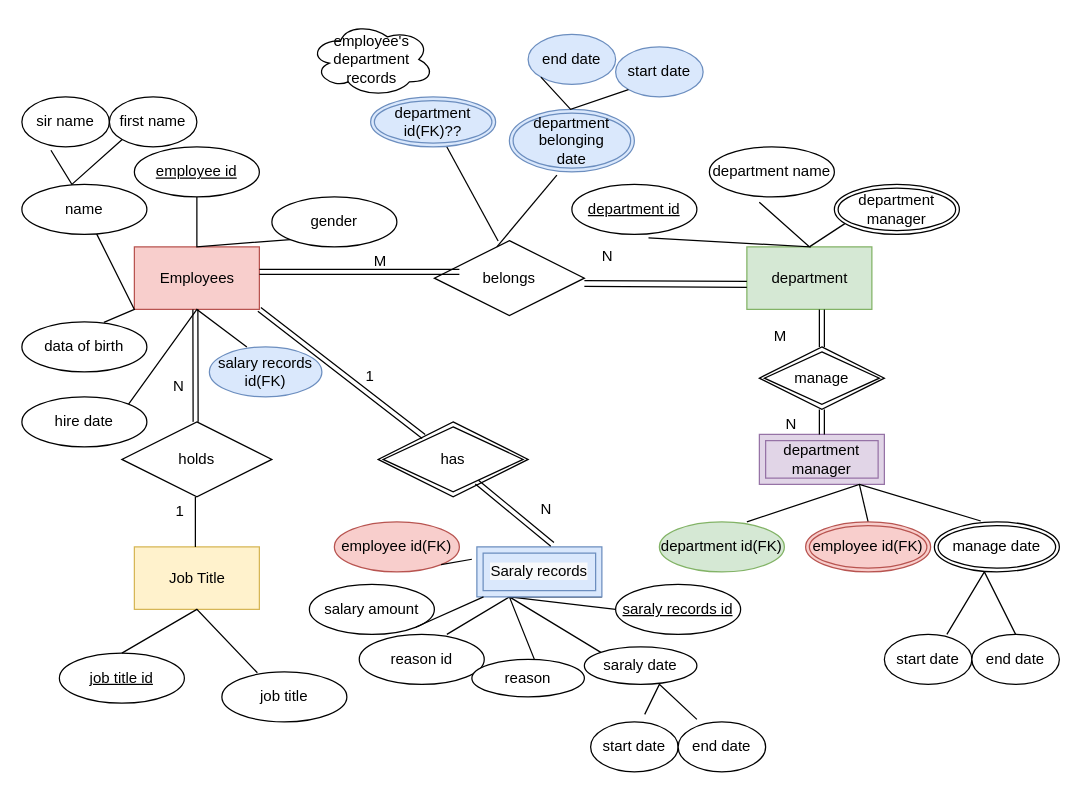
eminishimoto/db_ca1 keeps this draw.io diagram as page "Page-2 additional info" (3 of 7) of Untitled Diagram.drawio. Above is the earlier version. Source tidied: cells renumbered, new cells numbered last; positions are measured from the earlier drawing's top-left corner, leaving out a move shared by most shapes. Both pictures are drawn from the tidied source at 125%, with x=0, y=0 at pixel (21, 21).
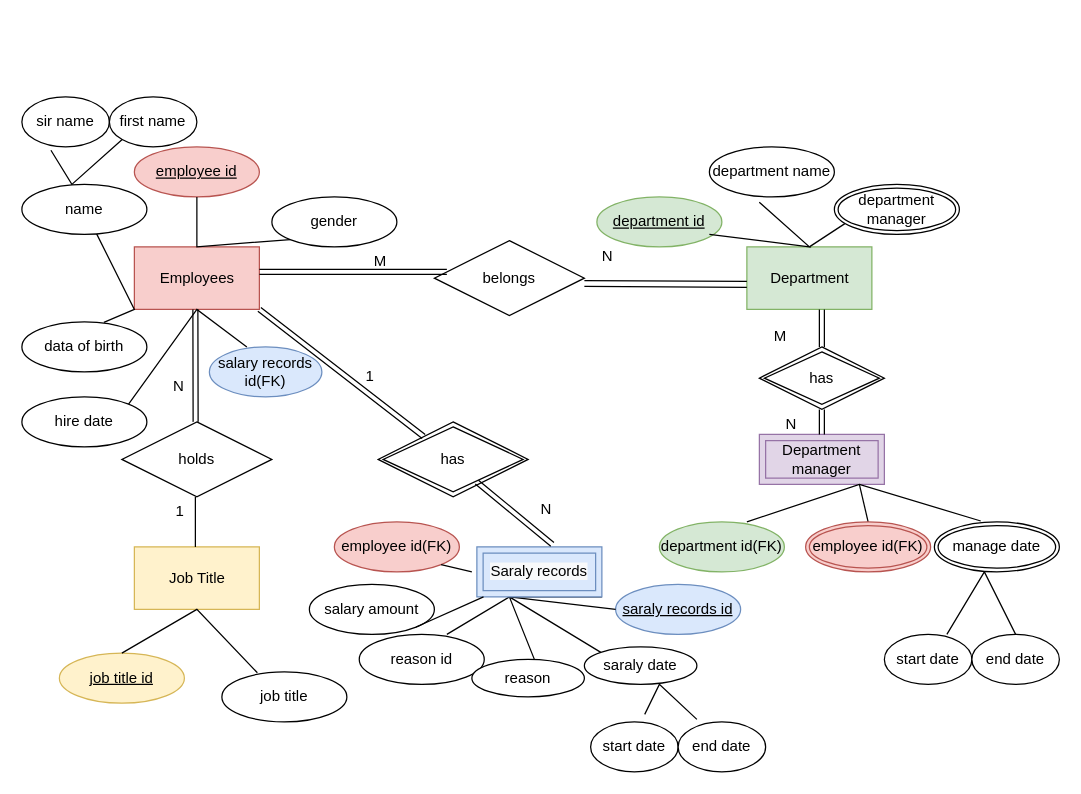
The same diagram, later.

Unchanged cells that the change refers to:
```xml
<mxCell id="21" value="department name" style="ellipse;whiteSpace=wrap;html=1;align=center;" parent="1" vertex="1">
  <mxGeometry x="550" y="100" width="100" height="40" as="geometry" />
</mxCell>
<mxCell id="40" value="belongs" style="shape=rhombus;perimeter=rhombusPerimeter;whiteSpace=wrap;html=1;align=center;" parent="1" vertex="1">
  <mxGeometry x="330" y="175" width="120" height="60" as="geometry" />
</mxCell>
<mxCell id="66" value="employee id(FK)" style="ellipse;whiteSpace=wrap;html=1;align=center;fillColor=#f8cecc;strokeColor=#b85450;" parent="1" vertex="1">
  <mxGeometry x="250" y="400" width="100" height="40" as="geometry" />
</mxCell>
```

Diff of the diagram source:
```diff
@@
-    <mxCell id="4" value="department" style="html=1;dashed=0;whitespace=wrap;fillColor=#d5e8d4;strokeColor=#82b366;" parent="1" vertex="1">
+    <mxCell id="4" value="Department" style="html=1;dashed=0;whitespace=wrap;fillColor=#d5e8d4;strokeColor=#82b366;" parent="1" vertex="1">
       <mxGeometry x="580" y="180" width="100" height="50" as="geometry" />
     </mxCell>
-    <mxCell id="5" value="employee id" style="ellipse;whiteSpace=wrap;html=1;align=center;fontStyle=4;" parent="1" vertex="1">
+    <mxCell id="5" value="employee id" style="ellipse;whiteSpace=wrap;html=1;align=center;fontStyle=4;fillColor=#f8cecc;strokeColor=#b85450;" parent="1" vertex="1">
       <mxGeometry x="90" y="100" width="100" height="40" as="geometry" />
     </mxCell>
@@
-    <mxCell id="18" value="job title id" style="ellipse;whiteSpace=wrap;html=1;align=center;fontStyle=4;" parent="1" vertex="1">
+    <mxCell id="18" value="job title id" style="ellipse;whiteSpace=wrap;html=1;align=center;fontStyle=4;fillColor=#fff2cc;strokeColor=#d6b656;" parent="1" vertex="1">
       <mxGeometry x="30" y="505" width="100" height="40" as="geometry" />
     </mxCell>
@@
-    <mxCell id="22" value="department id" style="ellipse;whiteSpace=wrap;html=1;align=center;fontStyle=4;" parent="1" vertex="1">
-      <mxGeometry x="440" y="130" width="100" height="40" as="geometry" />
+    <mxCell id="22" value="department id" style="ellipse;whiteSpace=wrap;html=1;align=center;fontStyle=4;fillColor=#d5e8d4;strokeColor=#82b366;" parent="1" vertex="1">
+      <mxGeometry x="460" y="140" width="100" height="40" as="geometry" />
     </mxCell>
-    <mxCell id="23" value="department manager" style="shape=ext;margin=3;double=1;whiteSpace=wrap;html=1;align=center;fillColor=#e1d5e7;strokeColor=#9673a6;" parent="1" vertex="1">
+    <mxCell id="23" value="Department manager" style="shape=ext;margin=3;double=1;whiteSpace=wrap;html=1;align=center;fillColor=#e1d5e7;strokeColor=#9673a6;" parent="1" vertex="1">
       <mxGeometry x="590" y="330" width="100" height="40" as="geometry" />
     </mxCell>
-    <mxCell id="24" style="endArrow=none;html=1;rounded=0;entryX=0.399;entryY=1.107;entryDx=0;entryDy=0;entryPerimeter=0;exitX=0.613;exitY=1.071;exitDx=0;exitDy=0;exitPerimeter=0;" parent="1" edge="1" source="22" target="21">
+    <mxCell id="24" style="endArrow=none;html=1;rounded=0;entryX=0.399;entryY=1.107;entryDx=0;entryDy=0;entryPerimeter=0;" parent="1" edge="1" target="21">
       <mxGeometry relative="1" as="geometry">
+        <mxPoint x="550" y="170" as="sourcePoint" />
         <Array as="points">
           <mxPoint x="630" y="180" />
         </Array>
       </mxGeometry>
     </mxCell>
@@
-    <mxCell id="34" value="manage" style="shape=rhombus;double=1;perimeter=rhombusPerimeter;whiteSpace=wrap;html=1;align=center;" parent="1" vertex="1">
+    <mxCell id="34" value="has" style="shape=rhombus;double=1;perimeter=rhombusPerimeter;whiteSpace=wrap;html=1;align=center;" parent="1" vertex="1">
       <mxGeometry x="590" y="260" width="100" height="50" as="geometry" />
     </mxCell>
@@
     <mxCell id="41" style="shape=link;html=1;rounded=0;" parent="1" edge="1">
       <mxGeometry relative="1" as="geometry">
         <mxPoint x="190" y="200" as="sourcePoint" />
-        <mxPoint x="350" y="200" as="targetPoint" />
+        <mxPoint x="340" y="200" as="targetPoint" />
       </mxGeometry>
     </mxCell>
@@
-    <mxCell id="46" style="endArrow=none;html=1;rounded=0;exitX=0.425;exitY=0.006;exitDx=0;exitDy=0;exitPerimeter=0;" parent="1" edge="1" source="40" target="47">
-      <mxGeometry relative="1" as="geometry" />
-    </mxCell>
-    <mxCell id="47" value="department id(FK)??" style="ellipse;shape=doubleEllipse;margin=3;whiteSpace=wrap;html=1;align=center;fillColor=#dae8fc;strokeColor=#6c8ebf;" parent="1" vertex="1">
-      <mxGeometry x="279" y="60" width="100" height="40" as="geometry" />
-    </mxCell>
@@
-    <mxCell id="49" value="department belonging&lt;br&gt;date" style="ellipse;shape=doubleEllipse;margin=3;whiteSpace=wrap;html=1;align=center;fillColor=#dae8fc;strokeColor=#6c8ebf;" parent="1" vertex="1">
-      <mxGeometry x="390" y="70" width="100" height="50" as="geometry" />
-    </mxCell>
-    <mxCell id="50" value="start date" style="ellipse;whiteSpace=wrap;html=1;align=center;fillColor=#dae8fc;strokeColor=#6c8ebf;" parent="1" vertex="1">
-      <mxGeometry x="475" y="20" width="70" height="40" as="geometry" />
-    </mxCell>
-    <mxCell id="51" value="end date" style="ellipse;whiteSpace=wrap;html=1;align=center;fillColor=#dae8fc;strokeColor=#6c8ebf;" parent="1" vertex="1">
-      <mxGeometry x="405" y="10" width="70" height="40" as="geometry" />
-    </mxCell>
-    <mxCell id="52" style="endArrow=none;html=1;rounded=0;exitX=0;exitY=1;exitDx=0;exitDy=0;entryX=0;entryY=1;entryDx=0;entryDy=0;" parent="1" edge="1" source="51" target="50">
-      <mxGeometry relative="1" as="geometry">
-        <Array as="points">
-          <mxPoint x="439" y="70" />
-        </Array>
-      </mxGeometry>
-    </mxCell>
-    <mxCell id="53" style="endArrow=none;html=1;rounded=0;entryX=0.38;entryY=1.053;entryDx=0;entryDy=0;entryPerimeter=0;" parent="1" edge="1" target="49">
-      <mxGeometry relative="1" as="geometry">
-        <mxPoint x="380" y="180" as="sourcePoint" />
-      </mxGeometry>
-    </mxCell>
@@
-    <mxCell id="64" value="saraly records id" style="ellipse;whiteSpace=wrap;html=1;align=center;fontStyle=4;" parent="1" vertex="1">
+    <mxCell id="64" value="saraly records id" style="ellipse;whiteSpace=wrap;html=1;align=center;fontStyle=4;fillColor=#dae8fc;strokeColor=#6c8ebf;" parent="1" vertex="1">
       <mxGeometry x="475" y="450" width="100" height="40" as="geometry" />
     </mxCell>
@@
-    <mxCell id="67" style="endArrow=none;html=1;rounded=0;entryX=0;entryY=0.25;entryDx=0;entryDy=0;exitX=1;exitY=1;exitDx=0;exitDy=0;" parent="1" edge="1" source="66">
+    <mxCell id="67" style="endArrow=none;html=1;rounded=0;exitX=1;exitY=1;exitDx=0;exitDy=0;" parent="1" edge="1" source="66">
       <mxGeometry relative="1" as="geometry">
-        <mxPoint x="360" y="429.9" as="targetPoint" />
+        <mxPoint x="360" y="440" as="targetPoint" />
       </mxGeometry>
     </mxCell>
-    <mxCell id="68" value="employee's department records" style="ellipse;shape=cloud;whiteSpace=wrap;html=1;align=center;" parent="1" vertex="1">
-      <mxGeometry x="230" width="100" height="60" as="geometry" />
-    </mxCell>
```
